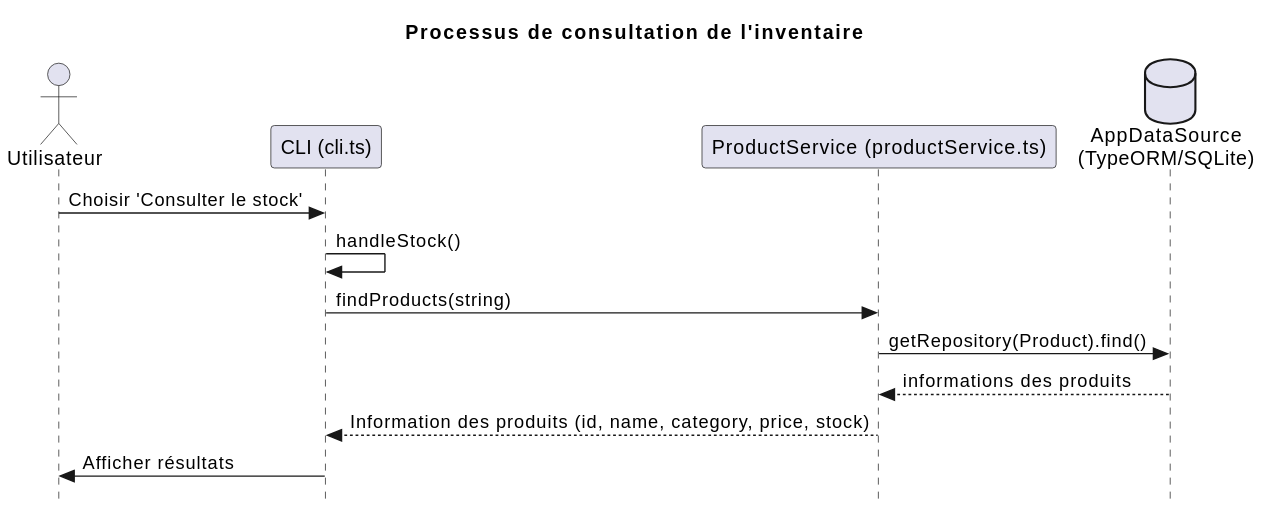
The PlantUML diagram out/docs/process/view-stock/view-stock.svg in RaphaelMailhiot/LOG430-labo, before a commit.
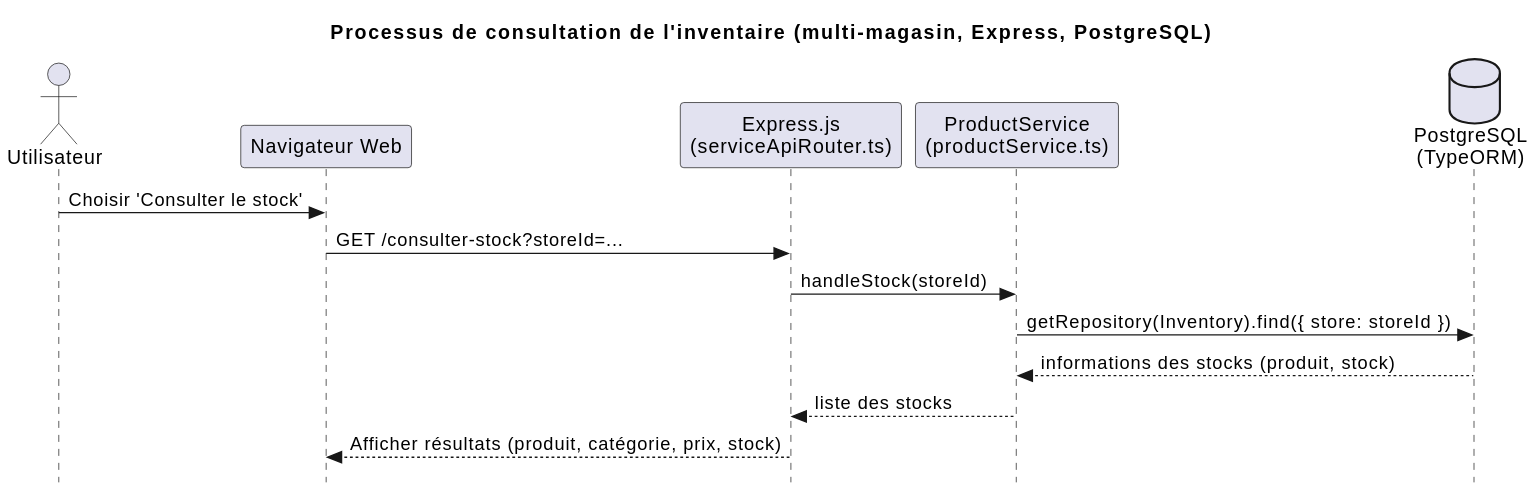
After the change.

Diff of the diagram source:
```diff
@@ -1,17 +1,19 @@
 @startuml
 skinparam style strictuml
 
-title Processus de consultation de l'inventaire
+title Processus de consultation de l'inventaire (multi-magasin, Express, PostgreSQL)
+
 actor Utilisateur
-participant "CLI (cli.ts)" as CLI
-participant "ProductService (productService.ts)" as ProductService
-database "AppDataSource\n(TypeORM/SQLite)" as Database
+participant "Navigateur Web" as Web
+participant "Express.js\n(serviceApiRouter.ts)" as Express
+participant "ProductService\n(productService.ts)" as ProductService
+database "PostgreSQL\n(TypeORM)" as Database
 
-Utilisateur -> CLI : Choisir 'Consulter le stock'
-CLI -> CLI : handleStock()
-CLI -> ProductService : findProducts(string)
-ProductService -> Database : getRepository(Product).find()
-Database --> ProductService : informations des produits
-ProductService --> CLI : Information des produits (id, name, category, price, stock)
-CLI -> Utilisateur : Afficher résultats
+Utilisateur -> Web : Choisir 'Consulter le stock'
+Web -> Express : GET /consulter-stock?storeId=...
+Express -> ProductService : handleStock(storeId)
+ProductService -> Database : getRepository(Inventory).find({ store: storeId })
+Database --> ProductService : informations des stocks (produit, stock)
+ProductService --> Express : liste des stocks
+Express --> Web : Afficher résultats (produit, catégorie, prix, stock)
 @enduml
```
